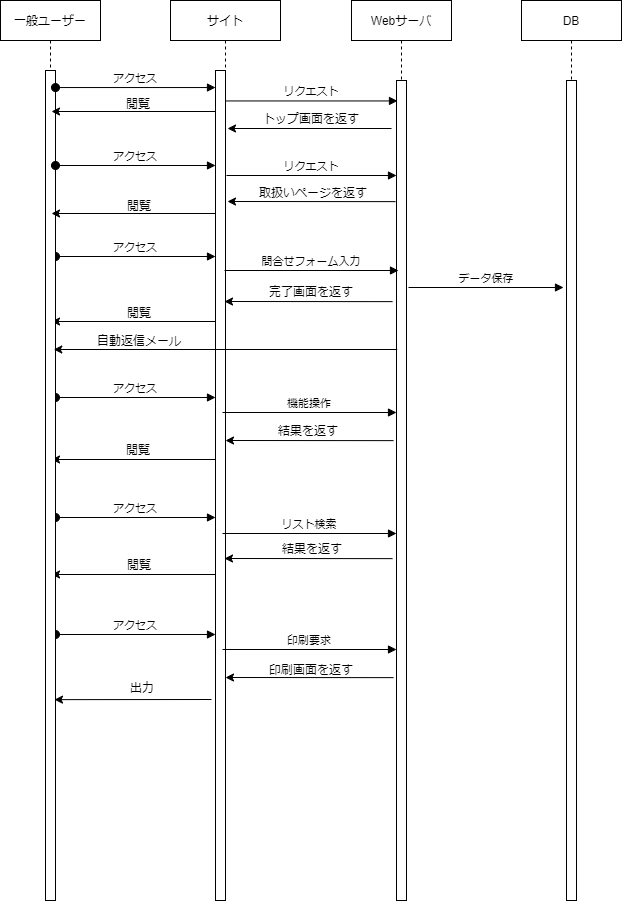
Earlier version of the draw.io export シーケンス図.drawio.png (buyodo/webgis-dev-doc). Source tidied: cells renumbered, new cells last; positions are measured from the earlier drawing's top-left corner, leaving out a move shared by most shapes.
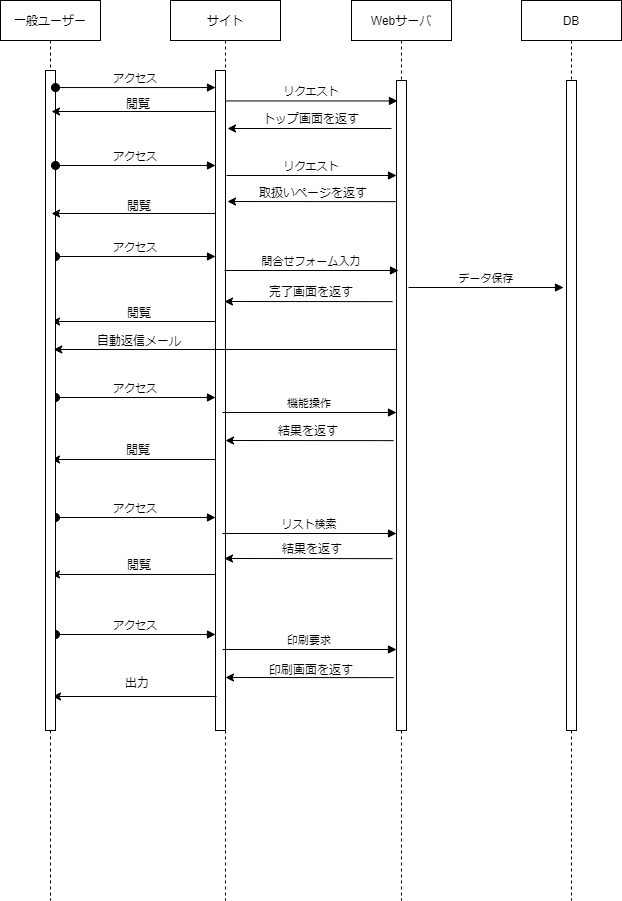
Later version of the same file.

Commit message:
シーケンス図.drawio.png を更新します

What changed in the source:
```diff
@@ -6,7 +6,7 @@
       <mxGeometry x="170" width="110" height="900" as="geometry" />
     </mxCell>
     <mxCell id="3" style="perimeter=orthogonalPerimeter;rounded=0;shadow=0;strokeWidth=1;" parent="2" vertex="1">
-      <mxGeometry x="45" y="70" width="10" height="830" as="geometry" />
+      <mxGeometry x="45" y="70" width="10" height="660" as="geometry" />
     </mxCell>
     <mxCell id="4" value="アクセス" style="verticalAlign=bottom;startArrow=oval;endArrow=block;startSize=8;shadow=0;strokeWidth=1;exitX=1;exitY=0.036;exitDx=0;exitDy=0;exitPerimeter=0;" parent="2" edge="1">
       <mxGeometry relative="1" as="geometry">
@@ -56,11 +56,12 @@
         <mxPoint x="45" y="634" as="targetPoint" />
       </mxGeometry>
     </mxCell>
-    <mxCell id="12" style="endArrow=classic;html=1;rounded=0;entryX=0.9;entryY=0.758;entryDx=0;entryDy=0;entryPerimeter=0;" parent="2" edge="1" target="26">
-      <mxGeometry relative="1" as="geometry">
-        <mxPoint x="41" y="699" as="sourcePoint" />
-      </mxGeometry>
-    </mxCell>
+    <mxCell id="49" style="endArrow=classic;html=1;rounded=0;" parent="2" edge="1">
+      <mxGeometry relative="1" as="geometry">
+        <mxPoint x="46" y="696" as="sourcePoint" />
+        <mxPoint x="-118" y="696" as="targetPoint" />
+      </mxGeometry>
+    </mxCell>
     <mxCell id="13" value="リクエスト" style="verticalAlign=bottom;endArrow=block;entryX=0.1;entryY=0.019;shadow=0;strokeWidth=1;entryDx=0;entryDy=0;entryPerimeter=0;" parent="1" edge="1">
       <mxGeometry relative="1" as="geometry">
         <mxPoint x="225" y="100.5" as="sourcePoint" />
@@ -71,7 +72,7 @@
       <mxGeometry x="351" width="100" height="900" as="geometry" />
     </mxCell>
     <mxCell id="15" style="perimeter=orthogonalPerimeter;rounded=0;shadow=0;strokeWidth=1;" parent="14" vertex="1">
-      <mxGeometry x="45" y="80" width="10" height="820" as="geometry" />
+      <mxGeometry x="45" y="80" width="10" height="650" as="geometry" />
     </mxCell>
     <mxCell id="16" value="機能操作" style="verticalAlign=bottom;endArrow=block;shadow=0;strokeWidth=1;" parent="14" edge="1">
       <mxGeometry relative="1" as="geometry">
@@ -131,7 +132,7 @@
       <mxGeometry width="100" height="900" as="geometry" />
     </mxCell>
     <mxCell id="26" style="points=[];perimeter=orthogonalPerimeter;rounded=0;shadow=0;strokeWidth=1;" parent="25" vertex="1">
-      <mxGeometry x="45" y="70" width="10" height="830" as="geometry" />
+      <mxGeometry x="45" y="70" width="10" height="660" as="geometry" />
     </mxCell>
     <mxCell id="27" style="endArrow=classic;html=1;rounded=0;" parent="25" edge="1">
       <mxGeometry relative="1" as="geometry">
@@ -155,7 +156,7 @@
       <mxGeometry x="521" width="100" height="900" as="geometry" />
     </mxCell>
     <mxCell id="32" style="perimeter=orthogonalPerimeter;rounded=0;shadow=0;strokeWidth=1;" parent="31" vertex="1">
-      <mxGeometry x="45" y="80" width="10" height="820" as="geometry" />
+      <mxGeometry x="45" y="80" width="10" height="650" as="geometry" />
     </mxCell>
     <mxCell id="33" value="問合せフォーム入力" style="verticalAlign=bottom;endArrow=block;shadow=0;strokeWidth=1;" parent="1" edge="1">
       <mxGeometry relative="1" as="geometry">
@@ -218,7 +219,7 @@
       <mxGeometry x="250" y="655" width="122" height="30.5" as="geometry" />
     </mxCell>
     <mxCell id="48" value="出力" style="text;html=1;strokeColor=none;fillColor=none;align=center;verticalAlign=middle;whiteSpace=wrap;rounded=0;" parent="1" vertex="1">
-      <mxGeometry x="81" y="673" width="122" height="30.5" as="geometry" />
+      <mxGeometry x="76" y="668" width="122" height="30.5" as="geometry" />
     </mxCell>
   </root>
 </mxGraphModel>
```
